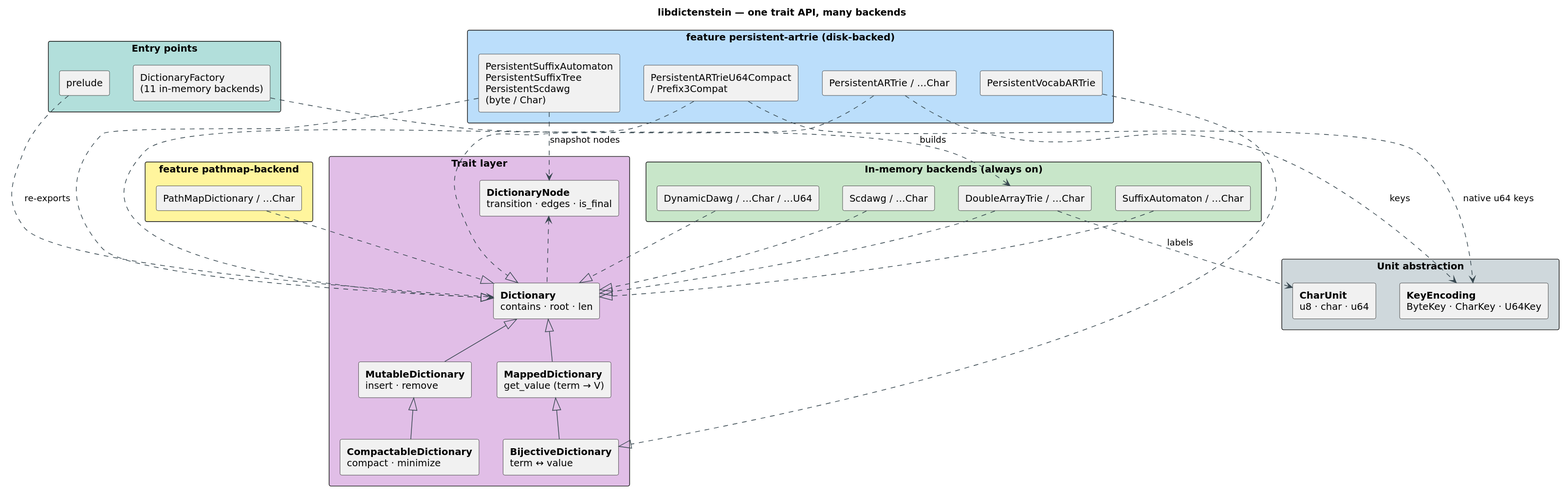
Earlier version of the PlantUML export docs/diagrams/architecture.svg (vinary-tree/libdictenstein). Its source is kept beside it as docs/diagrams/src/architecture.puml.
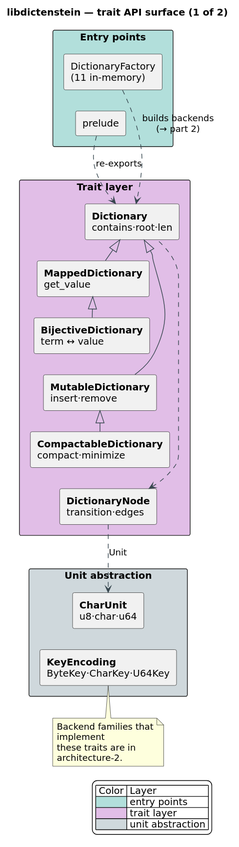
After the commit.

Diff of the diagram source:
```diff
@@ -1,65 +1,54 @@
 @startuml architecture
 skinparam backgroundColor #FFFFFF
 skinparam defaultFontName "DejaVu Sans"
+skinparam wrapWidth 150
+skinparam nodesep 12
+skinparam ranksep 30
 skinparam ArrowColor #37474F
 skinparam packageStyle rectangle
-title libdictenstein — one trait API, many backends
+title libdictenstein — trait API surface (1 of 2)
+
+package "Entry points" #B2DFDB {
+  rectangle "DictionaryFactory\n(11 in-memory)" as Fac
+  rectangle "prelude" as Pre
+  Fac -[hidden]-> Pre
+}
 
 package "Trait layer" #E1BEE7 {
-  rectangle "**Dictionary**\ncontains · root · len" as Dict
-  rectangle "**MappedDictionary**\nget_value (term → V)" as Mapped
+  rectangle "**Dictionary**\ncontains·root·len" as Dict
+  rectangle "**MappedDictionary**\nget_value" as Mapped
   rectangle "**BijectiveDictionary**\nterm ↔ value" as Bij
-  rectangle "**MutableDictionary**\ninsert · remove" as Mut
-  rectangle "**CompactableDictionary**\ncompact · minimize" as Compact
-  rectangle "**DictionaryNode**\ntransition · edges · is_final" as Node
+  rectangle "**MutableDictionary**\ninsert·remove" as Mut
+  rectangle "**CompactableDictionary**\ncompact·minimize" as Compact
+  rectangle "**DictionaryNode**\ntransition·edges" as Node
   Dict <|-- Mapped
   Mapped <|-- Bij
   Dict <|-- Mut
   Mut <|-- Compact
+  Node <.. Dict
+  Bij -[hidden]-> Mut
+  Compact -[hidden]-> Node
 }
 
 package "Unit abstraction" #CFD8DC {
-  rectangle "**CharUnit**\nu8 · char · u64" as CU
-  rectangle "**KeyEncoding**\nByteKey · CharKey · U64Key" as KE
+  rectangle "**CharUnit**\nu8·char·u64" as CU
+  rectangle "**KeyEncoding**\nByteKey·CharKey·U64Key" as KE
+  CU -[hidden]-> KE
 }
 
-package "In-memory backends (always on)" #C8E6C9 {
-  rectangle "DoubleArrayTrie / …Char" as DAT
-  rectangle "DynamicDawg / …Char / …U64" as DD
-  rectangle "SuffixAutomaton / …Char" as SA
-  rectangle "Scdawg / …Char" as SC
-}
+Node ..> CU : Unit
+Pre ..> Dict : re-exports
+Fac ..> Dict : builds backends\n(→ part 2)
 
-package "feature pathmap-backend" #FFF59D {
-  rectangle "PathMapDictionary / …Char" as PM
-}
+note bottom of KE
+  Backend families that implement
+  these traits are in architecture-2.
+end note
 
-package "feature persistent-artrie (disk-backed)" #BBDEFB {
-  rectangle "PersistentARTrie / …Char" as PA
-  rectangle "PersistentARTrieU64Compact\n/ Prefix3Compat" as PU64
-  rectangle "PersistentVocabARTrie" as PV
-  rectangle "PersistentSuffixAutomaton\nPersistentSuffixTree\nPersistentScdawg\n(byte / Char)" as PSG
-}
-
-package "Entry points" #B2DFDB {
-  rectangle "DictionaryFactory\n(11 in-memory backends)" as Fac
-  rectangle "prelude" as Pre
-}
-
-DAT ..|> Dict
-DD  ..|> Dict
-SA  ..|> Dict
-SC  ..|> Dict
-PM  ..|> Dict
-PA  ..|> Dict
-PU64 ..|> Dict
-PV  ..|> Bij
-PSG ..|> Dict
-PSG ..> Node : snapshot nodes
-Node <.. Dict
-DAT ..> CU  : labels
-PA  ..> KE  : keys
-PU64 ..> KE : native u64 keys
-Fac ..> DAT : builds
-Pre ..> Dict : re-exports
+legend right
+| Color | Layer |
+|<#B2DFDB>| entry points |
+|<#E1BEE7>| trait layer |
+|<#CFD8DC>| unit abstraction |
+endlegend
 @enduml
```
